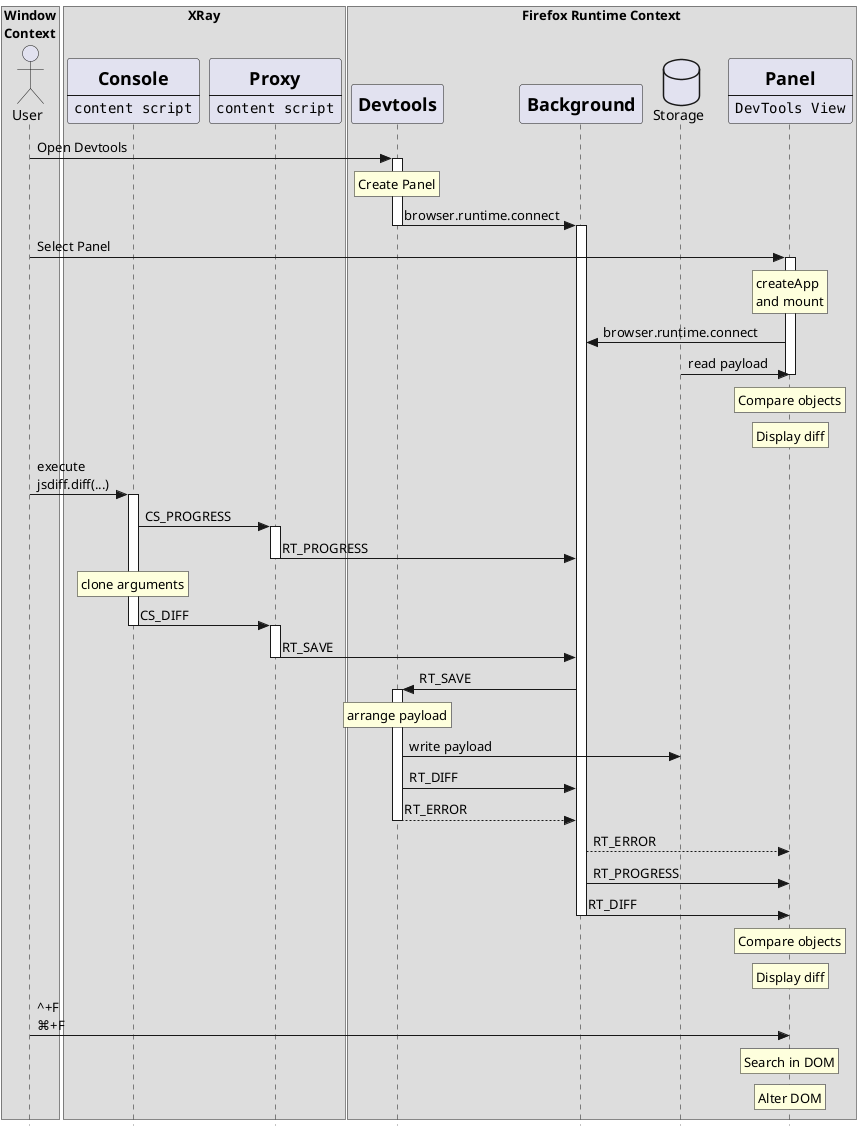
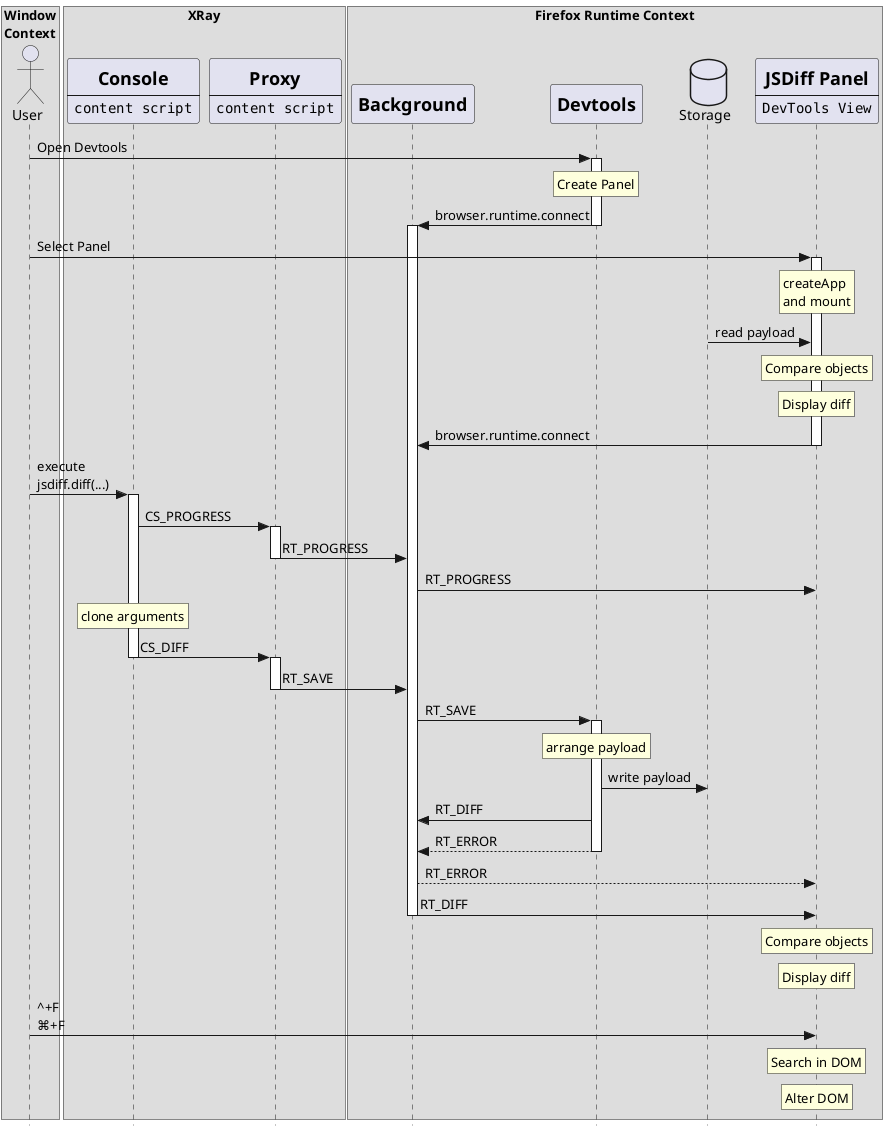
@startuml Design
skinparam style strictuml

box "Window\nContext"
actor "User" as User
end box

box "XRay"
participant Console [
  =Console
  ----
  ""content script""
]
participant Proxy [
  =Proxy
  ----
  ""content script""
]
end box

box "Firefox Runtime Context"
+ participant Background [
+   =Background
+ ]
participant Devtools [
  =Devtools
]
- participant Background [
-   =Background
- ]
database Storage
participant Panel [
-   =Panel
+   =JSDiff Panel
  ----
  ""DevTools View""
]
end box

User -> Devtools: Open Devtools
activate Devtools
  rnote over Devtools: Create Panel
  Devtools -> Background: browser.runtime.connect
deactivate Devtools
activate Background

User -> Panel: Select Panel
activate Panel
  rnote over Panel: createApp\nand mount
-   Background <- Panel: browser.runtime.connect
  Storage -> Panel: read payload
  rnote over Panel: Compare objects
  rnote over Panel: Display diff
+   Background <- Panel: browser.runtime.connect
deactivate Panel

User -> Console: execute\njsdiff.diff(...)
activate Console
  Console -> Proxy: CS_PROGRESS
  activate Proxy
    Proxy -> Background: RT_PROGRESS
  deactivate Proxy
+   Background -> Panel: RT_PROGRESS
  rnote over Console: clone arguments
  Console -> Proxy: CS_DIFF
deactivate Console
activate Proxy
  Proxy -> Background: RT_SAVE
deactivate Proxy


Background -> Devtools: RT_SAVE
activate Devtools
  rnote over Devtools: arrange payload
  Devtools -> Storage: write payload
  Devtools -> Background: RT_DIFF
  Devtools --> Background: RT_ERROR
deactivate Devtools

Background --> Panel: RT_ERROR
- Background -> Panel: RT_PROGRESS
Background -> Panel: RT_DIFF
deactivate Background

rnote over Panel: Compare objects
rnote over Panel: Display diff

User -> Panel: ^+F\n⌘+F
rnote over Panel: Search in DOM
rnote over Panel: Alter DOM

@enduml
